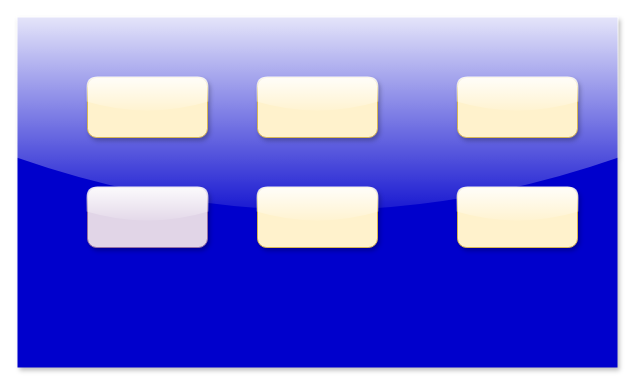
Above: word cloud.drawio in cjaack2/Images_Repository (draw.io), before the change. Source tidied: cells renumbered, new cells numbered last; positions are measured from the earlier drawing's top-left corner, leaving out a move shared by most shapes. Both pictures are drawn from the tidied source at 100%, with x=0, y=0 at pixel (17, 17).
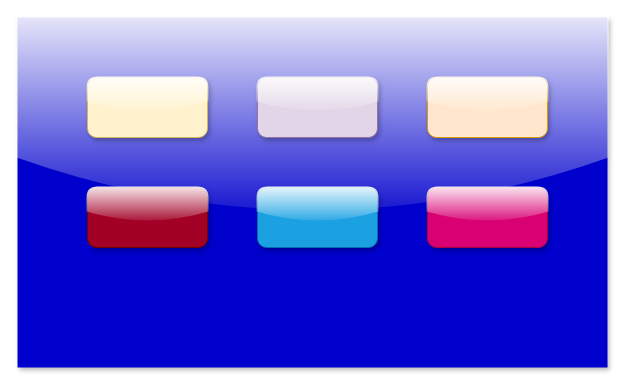
The same page after the edit.

Diff of the diagram source:
```diff
@@
 <mxGraphModel>
   <root>
     <mxCell id="0" />
     <mxCell id="1" parent="0" />
     <mxCell id="2" style="rounded=0;whiteSpace=wrap;html=1;strokeColor=none;fillColor=#0000CC;shadow=1;glass=1;" parent="1" vertex="1">
-      <mxGeometry width="600" height="350" as="geometry" />
+      <mxGeometry width="590" height="350" as="geometry" />
     </mxCell>
     <mxCell id="3" style="rounded=1;whiteSpace=wrap;html=1;shadow=1;glass=1;fillColor=#fff2cc;strokeColor=#d6b656;" parent="1" vertex="1">
       <mxGeometry x="70" y="60" width="120" height="60" as="geometry" />
     </mxCell>
-    <mxCell id="4" style="rounded=1;whiteSpace=wrap;html=1;shadow=1;glass=1;fillColor=#e1d5e7;strokeColor=#9673a6;" parent="1" vertex="1">
+    <mxCell id="4" style="rounded=1;whiteSpace=wrap;html=1;shadow=1;glass=1;fillColor=#a20025;strokeColor=#6F0000;fontColor=#ffffff;" parent="1" vertex="1">
       <mxGeometry x="70" y="170" width="120" height="60" as="geometry" />
     </mxCell>
-    <mxCell id="5" style="rounded=1;whiteSpace=wrap;html=1;shadow=1;glass=1;fillColor=#fff2cc;strokeColor=#d6b656;" parent="1" vertex="1">
+    <mxCell id="5" style="rounded=1;whiteSpace=wrap;html=1;shadow=1;glass=1;fillColor=#e1d5e7;strokeColor=#9673a6;" parent="1" vertex="1">
       <mxGeometry x="240" y="60" width="120" height="60" as="geometry" />
     </mxCell>
-    <mxCell id="6" style="rounded=1;whiteSpace=wrap;html=1;shadow=1;glass=1;fillColor=#fff2cc;strokeColor=#d6b656;" parent="1" vertex="1">
-      <mxGeometry x="440" y="60" width="120" height="60" as="geometry" />
+    <mxCell id="6" style="rounded=1;whiteSpace=wrap;html=1;shadow=1;glass=1;fillColor=#ffe6cc;strokeColor=#d79b00;" parent="1" vertex="1">
+      <mxGeometry x="410" y="60" width="120" height="60" as="geometry" />
     </mxCell>
-    <mxCell id="7" style="rounded=1;whiteSpace=wrap;html=1;shadow=1;glass=1;fillColor=#fff2cc;strokeColor=#d6b656;" parent="1" vertex="1">
+    <mxCell id="7" style="rounded=1;whiteSpace=wrap;html=1;shadow=1;glass=1;fillColor=#1ba1e2;strokeColor=#006EAF;fontColor=#ffffff;" parent="1" vertex="1">
       <mxGeometry x="240" y="170" width="120" height="60" as="geometry" />
     </mxCell>
-    <mxCell id="8" style="rounded=1;whiteSpace=wrap;html=1;shadow=1;glass=1;fillColor=#fff2cc;strokeColor=#d6b656;" parent="1" vertex="1">
-      <mxGeometry x="440" y="170" width="120" height="60" as="geometry" />
+    <mxCell id="8" style="rounded=1;whiteSpace=wrap;html=1;shadow=1;glass=1;fillColor=#d80073;strokeColor=#A50040;fontColor=#ffffff;" parent="1" vertex="1">
+      <mxGeometry x="410" y="170" width="120" height="60" as="geometry" />
     </mxCell>
   </root>
 </mxGraphModel>
```
